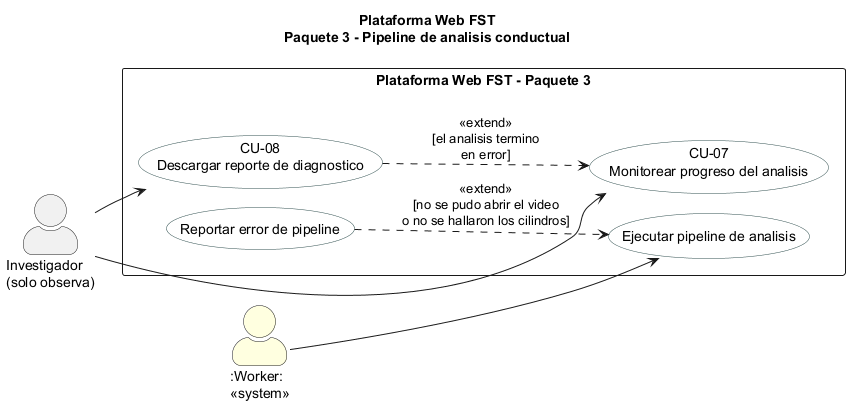
Earlier version of the PlantUML export figures/mermaid/cu_paquete3.png (ErickJester/fst-ai-system-latex).
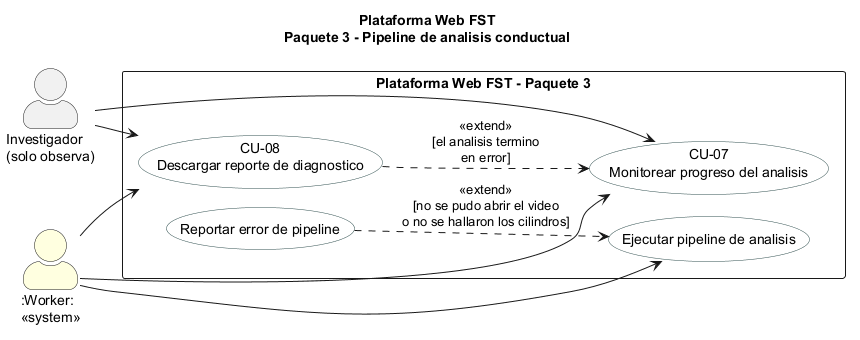
The same diagram one commit later.

Commit message:
Alinear las fichas de casos de uso entre si y con los diagramas

The edit, as a diff of the source:
```diff
@@ -19,6 +19,8 @@
 WRK --> UC30
 INV --> CU07
 INV --> CU08
+WRK --> CU07
+WRK --> CU08
 UC36 ..> UC30 : <<extend>>\n[no se pudo abrir el video\no no se hallaron los cilindros]
 CU08 ..> CU07 : <<extend>>\n[el analisis termino\nen error]
 @enduml
```
